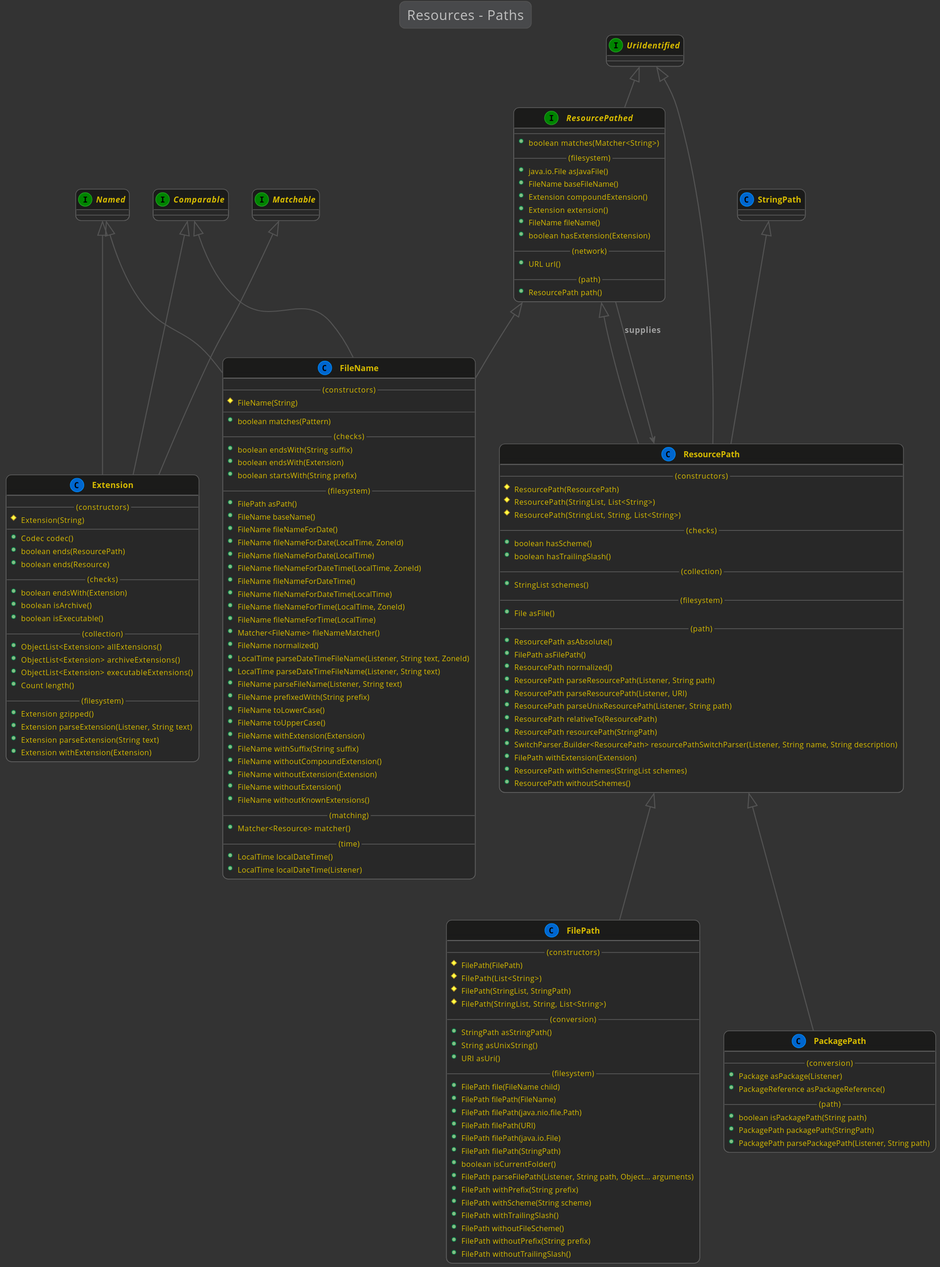
Telenav/kivakit-assets keeps this PlantUML diagram as docs/1.10.0/lexakai/kivakit-resource/documentation/diagrams/diagram-resource-path.svg. Above is the earlier version. Its diagram source:
```plantuml
@startuml

    !include lexakai.theme

    title "Resources - Paths"

    interface Named
    interface Comparable
    interface UriIdentified
    interface ResourcePathed
    interface Matchable

    Named <|-- Extension
    Matchable <|-- Extension
    Comparable <|-- Extension
    class Extension
    {
        --(constructors)--
        #Extension(String)
        --
        +Codec codec()
        +boolean ends(ResourcePath)
        +boolean ends(Resource)
        --(checks)--
        +boolean endsWith(Extension)
        +boolean isArchive()
        +boolean isExecutable()
        --(collection)--
        +ObjectList<Extension> allExtensions()
        +ObjectList<Extension> archiveExtensions()
        +ObjectList<Extension> executableExtensions()
        +Count length()
        --(filesystem)--
        +Extension gzipped()
        +Extension parseExtension(Listener, String text)
        +Extension parseExtension(String text)
        +Extension withExtension(Extension)
    }

    Named <|-- FileName
    Comparable <|-- FileName
    ResourcePathed <|-- FileName
    class FileName
    {
        --(constructors)--
        #FileName(String)
        --
        +boolean matches(Pattern)
        --(checks)--
        +boolean endsWith(String suffix)
        +boolean endsWith(Extension)
        +boolean startsWith(String prefix)
        --(filesystem)--
        +FilePath asPath()
        +FileName baseName()
        +FileName fileNameForDate()
        +FileName fileNameForDate(LocalTime, ZoneId)
        +FileName fileNameForDate(LocalTime)
        +FileName fileNameForDateTime(LocalTime, ZoneId)
        +FileName fileNameForDateTime()
        +FileName fileNameForDateTime(LocalTime)
        +FileName fileNameForTime(LocalTime, ZoneId)
        +FileName fileNameForTime(LocalTime)
        +Matcher<FileName> fileNameMatcher()
        +FileName normalized()
        +LocalTime parseDateTimeFileName(Listener, String text, ZoneId)
        +LocalTime parseDateTimeFileName(Listener, String text)
        +FileName parseFileName(Listener, String text)
        +FileName prefixedWith(String prefix)
        +FileName toLowerCase()
        +FileName toUpperCase()
        +FileName withExtension(Extension)
        +FileName withSuffix(String suffix)
        +FileName withoutCompoundExtension()
        +FileName withoutExtension(Extension)
        +FileName withoutExtension()
        +FileName withoutKnownExtensions()
        --(matching)--
        +Matcher<Resource> matcher()
        --(time)--
        +LocalTime localDateTime()
        +LocalTime localDateTime(Listener)
    }

    ResourcePath <|-- FilePath
    class FilePath
    {
        --(constructors)--
        #FilePath(FilePath)
        #FilePath(List<String>)
        #FilePath(StringList, StringPath)
        #FilePath(StringList, String, List<String>)
        --(conversion)--
        +StringPath asStringPath()
        +String asUnixString()
        +URI asUri()
        --(filesystem)--
        +FilePath file(FileName child)
        +FilePath filePath(FileName)
        +FilePath filePath(java.nio.file.Path)
        +FilePath filePath(URI)
        +FilePath filePath(java.io.File)
        +FilePath filePath(StringPath)
        +boolean isCurrentFolder()
        +FilePath parseFilePath(Listener, String path, Object... arguments)
        +FilePath withPrefix(String prefix)
        +FilePath withScheme(String scheme)
        +FilePath withTrailingSlash()
        +FilePath withoutFileScheme()
        +FilePath withoutPrefix(String prefix)
        +FilePath withoutTrailingSlash()
    }

    ResourcePath <|-- PackagePath
    class PackagePath
    {
        --(conversion)--
        +Package asPackage(Listener)
        +PackageReference asPackageReference()
        --(path)--
        +boolean isPackagePath(String path)
        +PackagePath packagePath(StringPath)
        +PackagePath parsePackagePath(Listener, String path)
    }

    StringPath <|-- ResourcePath
    UriIdentified <|-- ResourcePath
    ResourcePathed <|-- ResourcePath
    class ResourcePath
    {
        --(constructors)--
        #ResourcePath(ResourcePath)
        #ResourcePath(StringList, List<String>)
        #ResourcePath(StringList, String, List<String>)
        --(checks)--
        +boolean hasScheme()
        +boolean hasTrailingSlash()
        --(collection)--
        +StringList schemes()
        --(filesystem)--
        +File asFile()
        --(path)--
        +ResourcePath asAbsolute()
        +FilePath asFilePath()
        +ResourcePath normalized()
        +ResourcePath parseResourcePath(Listener, String path)
        +ResourcePath parseResourcePath(Listener, URI)
        +ResourcePath parseUnixResourcePath(Listener, String path)
        +ResourcePath relativeTo(ResourcePath)
        +ResourcePath resourcePath(StringPath)
        +SwitchParser.Builder<ResourcePath> resourcePathSwitchParser(Listener, String name, String description)
        +FilePath withExtension(Extension)
        +ResourcePath withSchemes(StringList schemes)
        +ResourcePath withoutSchemes()
    }

    interface UriIdentified
    UriIdentified <|-- ResourcePathed
    ResourcePathed --> ResourcePath : "supplies"
    interface ResourcePathed
    {
        --
        +boolean matches(Matcher<String>)
        --(filesystem)--
        +java.io.File asJavaFile()
        +FileName baseFileName()
        +Extension compoundExtension()
        +Extension extension()
        +FileName fileName()
        +boolean hasExtension(Extension)
        --(network)--
        +URL url()
        --(path)--
        +ResourcePath path()
    }

@enduml
```
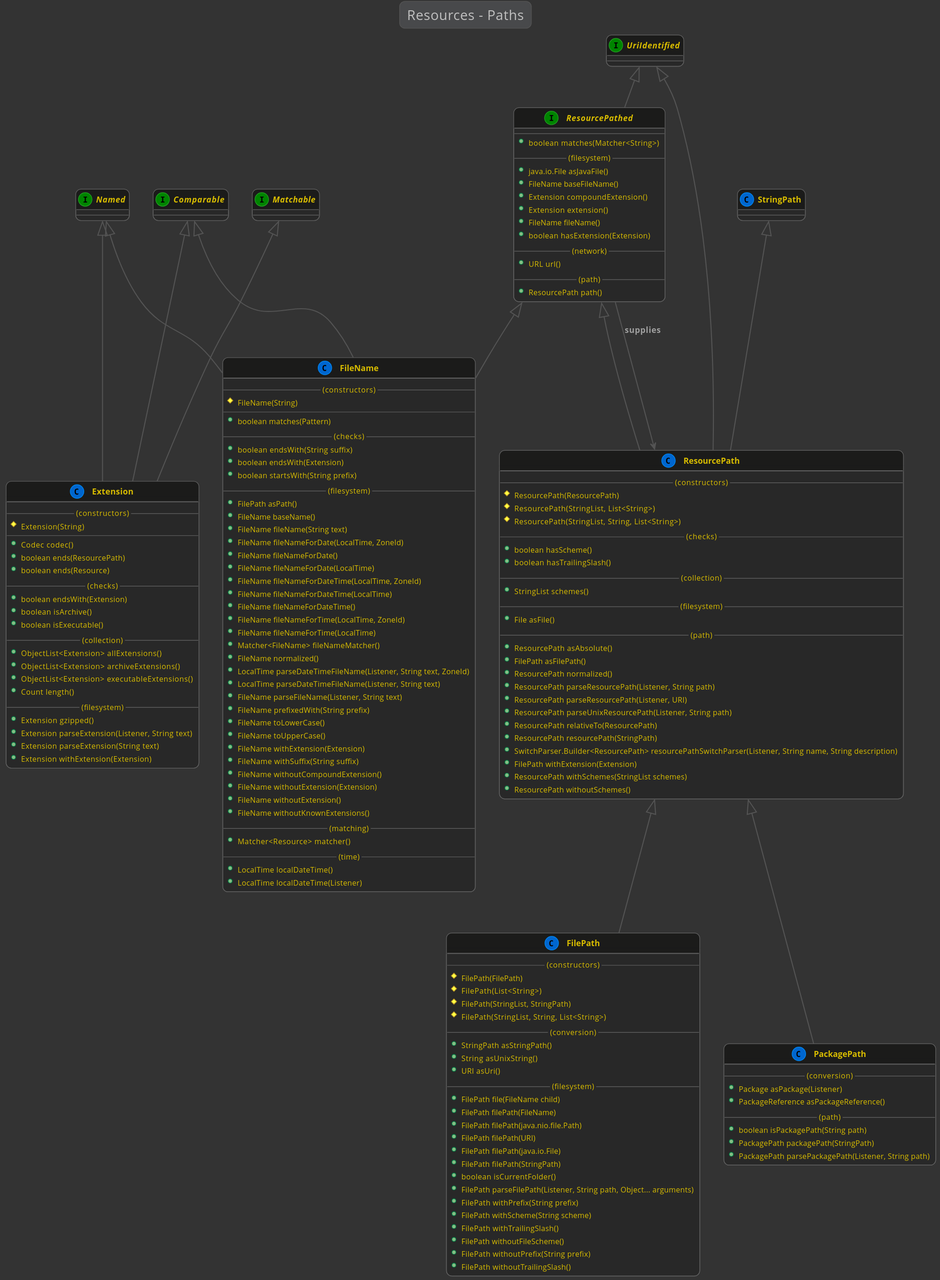
After the change.

What changed in the source:
```diff
@@ -53,12 +53,13 @@
         --(filesystem)--
         +FilePath asPath()
         +FileName baseName()
+        +FileName fileName(String text)
+        +FileName fileNameForDate(LocalTime, ZoneId)
         +FileName fileNameForDate()
-        +FileName fileNameForDate(LocalTime, ZoneId)
         +FileName fileNameForDate(LocalTime)
         +FileName fileNameForDateTime(LocalTime, ZoneId)
+        +FileName fileNameForDateTime(LocalTime)
         +FileName fileNameForDateTime()
-        +FileName fileNameForDateTime(LocalTime)
         +FileName fileNameForTime(LocalTime, ZoneId)
         +FileName fileNameForTime(LocalTime)
         +Matcher<FileName> fileNameMatcher()
```
